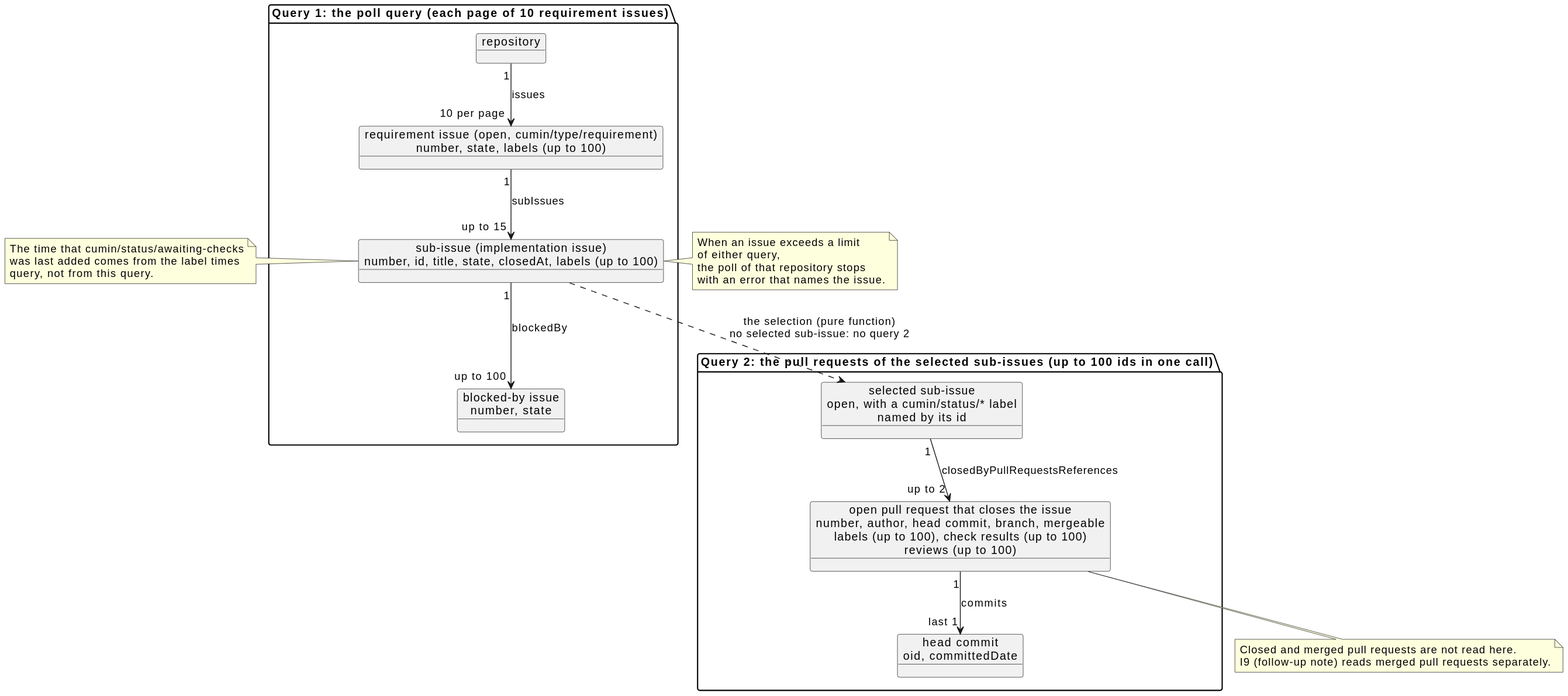
The PlantUML diagram docs/ja/designs/poll-snapshot.svg in cloveclovedev/cumin-works, before a commit.
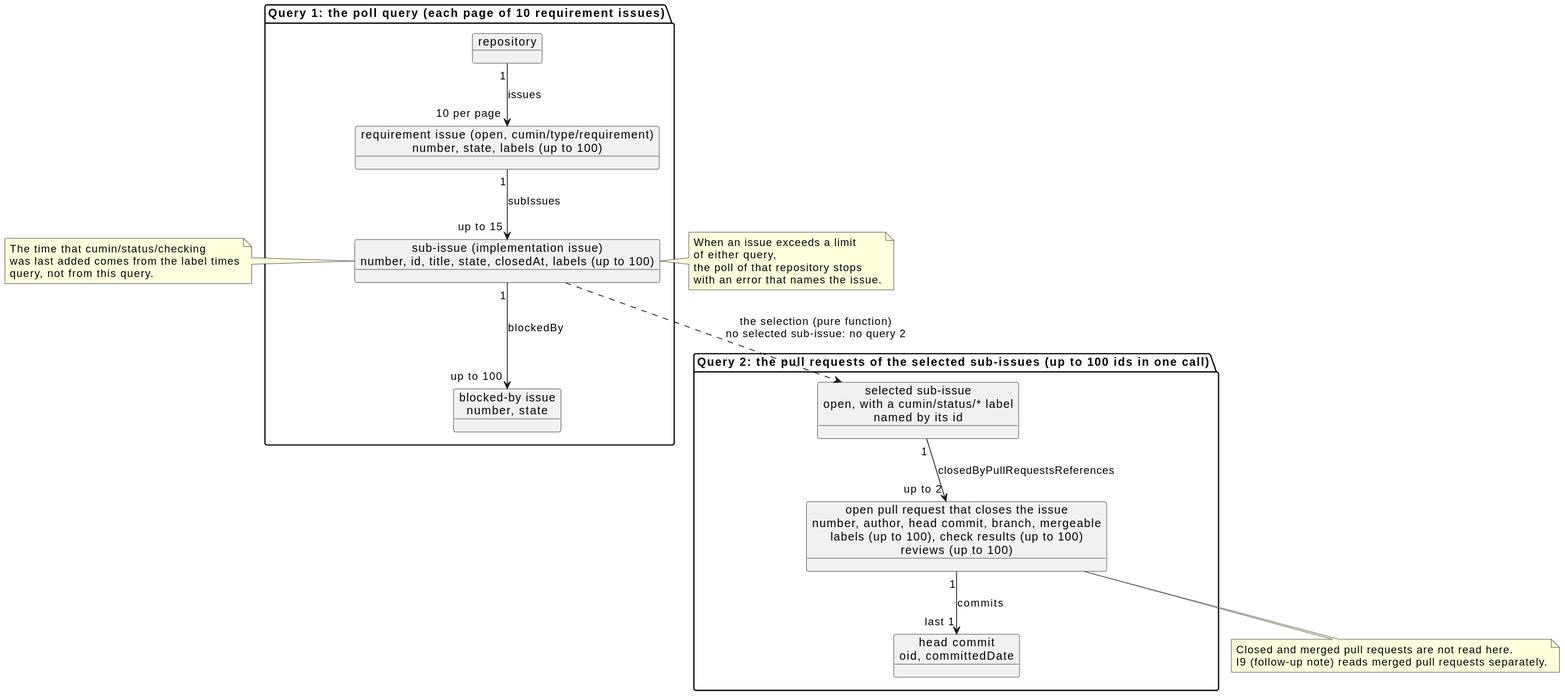
After the change.

Diff of the diagram source:
```diff
@@ -26,7 +26,7 @@
   I9 (follow-up note) reads merged pull requests separately.
 end note
 note left of sub
-  The time that cumin/status/awaiting-checks
+  The time that cumin/status/checking
   was last added comes from the label times
   query, not from this query.
 end note
```
